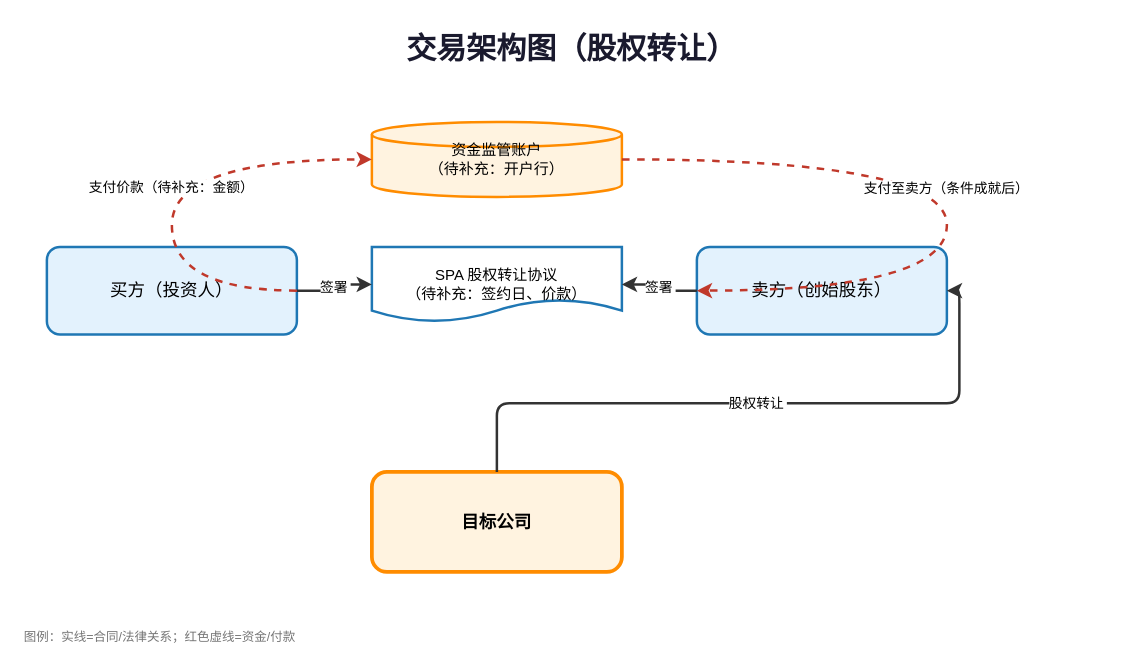
Earlier version of the draw.io diagram skills/legal-visualization/templates/corporate/transaction-architecture.drawio (Verchiel666/legal-skills). Source tidied: cells renumbered, new cells numbered last; positions are measured from the earlier drawing's top-left corner, leaving out a move shared by most shapes. Both pictures are drawn from the tidied source at 125%, with x=0, y=0 at pixel (21, 21).
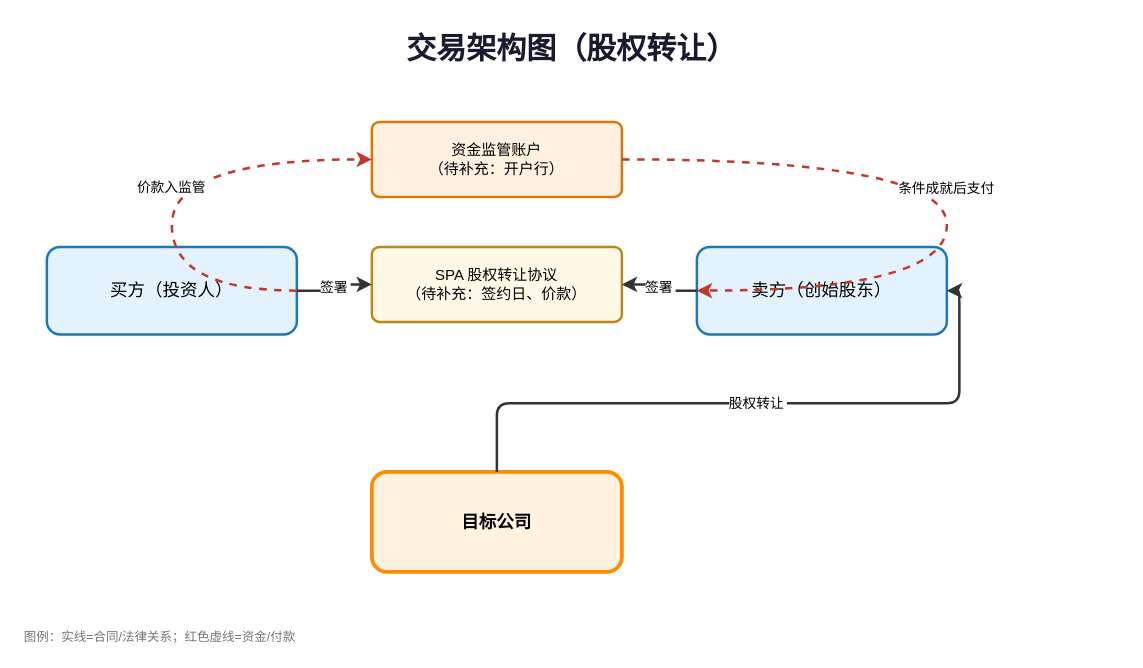
The same diagram, later.

Diff of the diagram source:
```diff
@@
 <mxGraphModel>
   <root>
     <mxCell id="0" />
     <mxCell id="1" parent="0" />
     <mxCell id="2" value="交易架构图（股权转让）" style="text;fontSize=24;fontStyle=1;align=center;fillColor=none;strokeColor=none;fontColor=#1a1a2e;" parent="1" vertex="1">
       <mxGeometry width="880" height="40" as="geometry" />
     </mxCell>
     <mxCell id="3" value="买方（投资人）" style="rounded=1;whiteSpace=wrap;fillColor=#E3F2FD;strokeColor=#1f77b4;strokeWidth=2;fontSize=14;" parent="1" vertex="1">
       <mxGeometry x="20" y="180" width="200" height="70" as="geometry" />
     </mxCell>
     <mxCell id="4" value="卖方（创始股东）" style="rounded=1;whiteSpace=wrap;fillColor=#E3F2FD;strokeColor=#1f77b4;strokeWidth=2;fontSize=14;" parent="1" vertex="1">
       <mxGeometry x="540" y="180" width="200" height="70" as="geometry" />
     </mxCell>
     <mxCell id="5" value="目标公司" style="rounded=1;whiteSpace=wrap;fillColor=#FFF3E0;strokeColor=#FF8C00;strokeWidth=3;fontSize=14;fontStyle=1;" parent="1" vertex="1">
       <mxGeometry x="280" y="360" width="200" height="80" as="geometry" />
     </mxCell>
-    <mxCell id="6" value="SPA 股权转让协议&#10;（待补充：签约日、价款）" style="shape=document;whiteSpace=wrap;fillColor=#FFFFFF;strokeColor=#1f77b4;strokeWidth=2;fontSize=12;" parent="1" vertex="1">
+    <mxCell id="6" value="SPA 股权转让协议&#10;（待补充：签约日、价款）" style="rounded=1;arcSize=10;whiteSpace=wrap;fillColor=#FFF9E8;strokeColor=#B88917;strokeWidth=2;fontSize=12;" parent="1" vertex="1">
       <mxGeometry x="280" y="180" width="200" height="60" as="geometry" />
     </mxCell>
-    <mxCell id="7" value="资金监管账户&#10;（待补充：开户行）" style="shape=cylinder3;whiteSpace=wrap;fillColor=#FFF3E0;strokeColor=#FF8C00;strokeWidth=2;fontSize=12;size=10;" parent="1" vertex="1">
+    <mxCell id="7" value="资金监管账户&#10;（待补充：开户行）" style="rounded=1;arcSize=10;whiteSpace=wrap;fillColor=#FFF1DF;strokeColor=#D97706;strokeWidth=2;fontSize=12;" parent="1" vertex="1">
       <mxGeometry x="280" y="80" width="200" height="60" as="geometry" />
     </mxCell>
     <mxCell id="8" value="签署" style="endArrow=classic;strokeWidth=2;strokeColor=#333333;exitX=1;exitY=0.5;entryX=0;entryY=0.5;edgeStyle=orthogonalEdgeStyle;" parent="1" edge="1" source="3" target="6">
       <mxGeometry relative="1" as="geometry" />
     </mxCell>
     <mxCell id="9" value="签署" style="endArrow=classic;strokeWidth=2;strokeColor=#333333;exitX=0;exitY=0.5;entryX=1;entryY=0.5;edgeStyle=orthogonalEdgeStyle;" parent="1" edge="1" source="4" target="6">
       <mxGeometry relative="1" as="geometry" />
     </mxCell>
     <mxCell id="10" value="股权转让" style="endArrow=classic;strokeWidth=2;strokeColor=#333333;exitX=0.5;exitY=0;entryX=1;entryY=0.5;edgeStyle=orthogonalEdgeStyle;" parent="1" edge="1" source="5" target="4">
       <mxGeometry relative="1" as="geometry" />
     </mxCell>
-    <mxCell id="11" value="支付价款（待补充：金额）" style="endArrow=classic;strokeWidth=2;strokeColor=#C0392B;dashed=1;exitX=0.5;exitY=0.5;entryX=0;entryY=0.5;edgeStyle=orthogonalEdgeStyle;curved=1;" parent="1" edge="1" source="3" target="7">
+    <mxCell id="11" value="价款入监管" style="endArrow=classic;strokeWidth=2;strokeColor=#C0392B;dashed=1;exitX=0.5;exitY=0.5;entryX=0;entryY=0.5;edgeStyle=orthogonalEdgeStyle;curved=1;" parent="1" edge="1" source="3" target="7">
       <mxGeometry relative="1" as="geometry">
         <Array as="points">
           <mxPoint x="120" y="110" />
         </Array>
       </mxGeometry>
     </mxCell>
-    <mxCell id="12" value="支付至卖方（条件成就后）" style="endArrow=classic;strokeWidth=2;strokeColor=#C0392B;dashed=1;exitX=1;exitY=0.5;entryX=0;entryY=0.5;edgeStyle=orthogonalEdgeStyle;curved=1;" parent="1" edge="1" source="7" target="4">
+    <mxCell id="12" value="条件成就后支付" style="endArrow=classic;strokeWidth=2;strokeColor=#C0392B;dashed=1;exitX=1;exitY=0.5;entryX=0;entryY=0.5;edgeStyle=orthogonalEdgeStyle;curved=1;" parent="1" edge="1" source="7" target="4">
       <mxGeometry relative="1" as="geometry">
         <Array as="points">
           <mxPoint x="740" y="110" />
         </Array>
       </mxGeometry>
     </mxCell>
     <mxCell id="13" value="图例：实线=合同/法律关系；红色虚线=资金/付款" style="text;fontSize=10;align=left;fillColor=none;strokeColor=none;fontColor=#757575;" parent="1" vertex="1">
       <mxGeometry y="480" width="600" height="20" as="geometry" />
     </mxCell>
   </root>
 </mxGraphModel>
```
